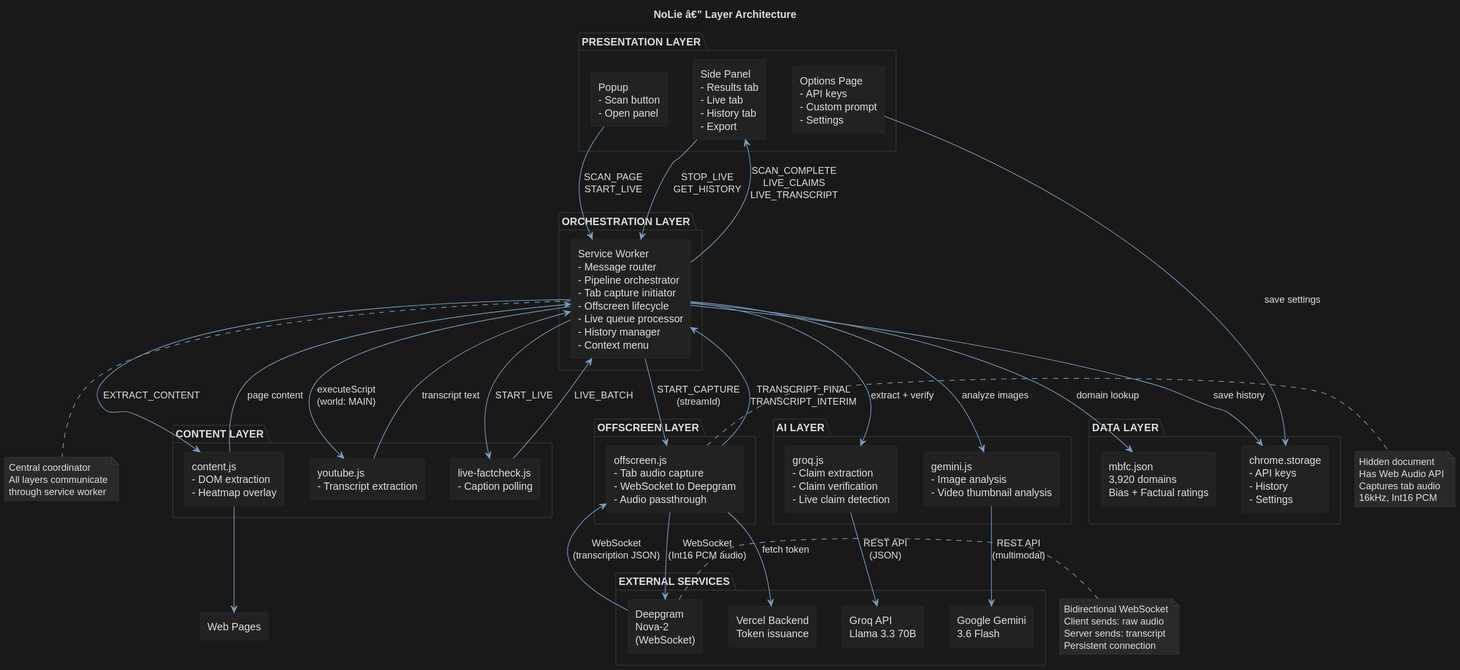
The PlantUML diagram docs/NoLie Architecture.svg in avanishdidwania/nolie, before a commit.
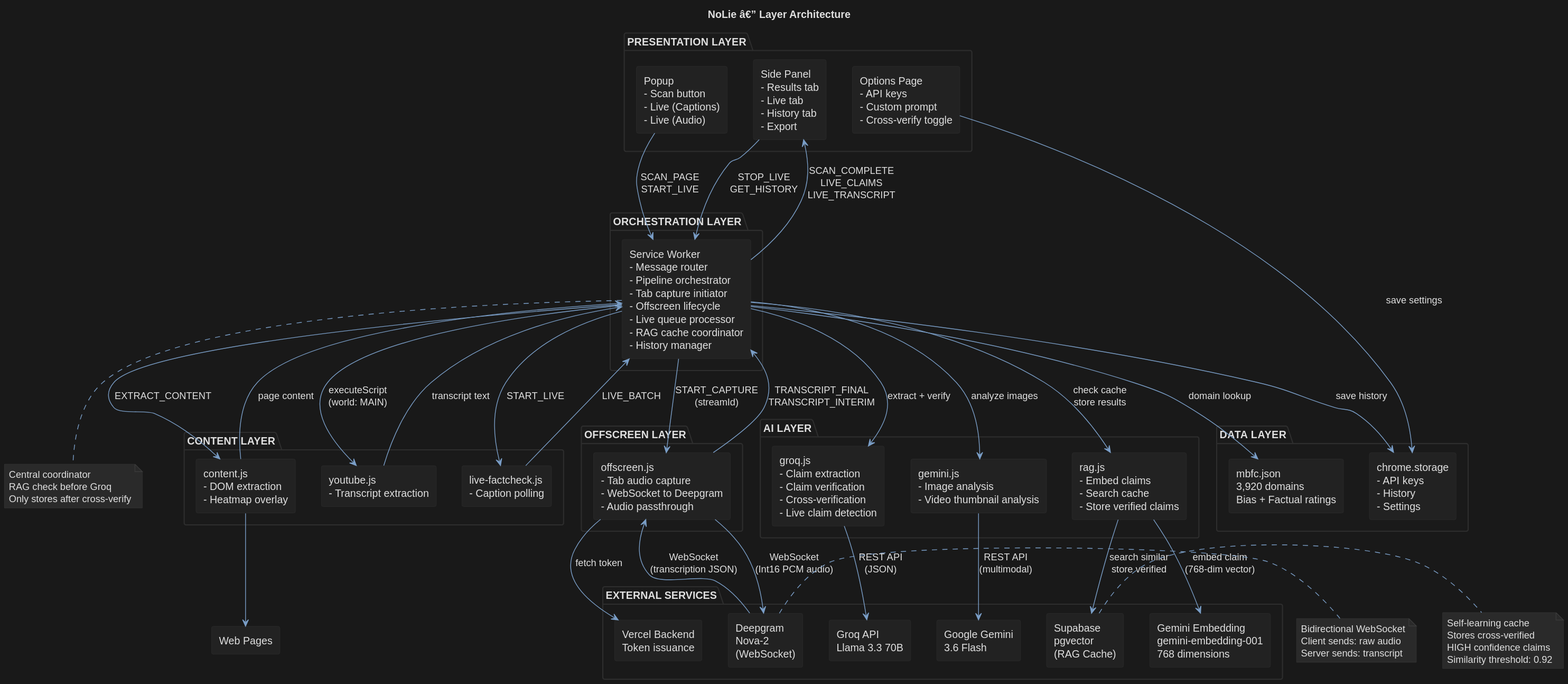
After the commit.

Commit message:
Update architecture diagram with RAG cache, Supabase, Gemini Embedding layers

What changed in the source:
```diff
@@ -14,13 +14,13 @@
 skinparam packageBorderColor #2e2e2e
 
 package "PRESENTATION LAYER" {
-  component [Popup\n- Scan button\n- Open panel] as popup
+  component [Popup\n- Scan button\n- Live (Captions)\n- Live (Audio)] as popup
   component [Side Panel\n- Results tab\n- Live tab\n- History tab\n- Export] as sidepanel
-  component [Options Page\n- API keys\n- Custom prompt\n- Settings] as options
+  component [Options Page\n- API keys\n- Custom prompt\n- Cross-verify toggle] as options
 }
 
 package "ORCHESTRATION LAYER" {
-  component [Service Worker\n- Message router\n- Pipeline orchestrator\n- Tab capture initiator\n- Offscreen lifecycle\n- Live queue processor\n- History manager\n- Context menu] as sw
+  component [Service Worker\n- Message router\n- Pipeline orchestrator\n- Tab capture initiator\n- Offscreen lifecycle\n- Live queue processor\n- RAG cache coordinator\n- History manager] as sw
 }
 
 package "CONTENT LAYER" {
@@ -34,8 +34,9 @@
 }
 
 package "AI LAYER" {
-  component [groq.js\n- Claim extraction\n- Claim verification\n- Live claim detection] as groq
+  component [groq.js\n- Claim extraction\n- Claim verification\n- Cross-verification\n- Live claim detection] as groq
   component [gemini.js\n- Image analysis\n- Video thumbnail analysis] as gemini
+  component [rag.js\n- Embed claims\n- Search cache\n- Store verified claims] as rag
 }
 
 package "DATA LAYER" {
@@ -46,7 +47,9 @@
 package "EXTERNAL SERVICES" {
   cloud [Groq API\nLlama 3.3 70B] as groqapi
   cloud [Google Gemini\n3.6 Flash] as geminiapi
+  cloud [Gemini Embedding\ngemini-embedding-001\n768 dimensions] as embedapi
   cloud [Deepgram\nNova-2\n(WebSocket)] as deepgramapi
+  cloud [Supabase\npgvector\n(RAG Cache)] as supabase
   cloud [Vercel Backend\nToken issuance] as backend
 }
 
@@ -62,6 +65,7 @@
 
 sw --> groq : extract + verify
 sw --> gemini : analyze images
+sw --> rag : check cache\nstore results
 
 sw --> mbfc : domain lookup
 sw --> storage : save history
@@ -76,6 +80,8 @@
 
 groq --> groqapi : REST API\n(JSON)
 gemini --> geminiapi : REST API\n(multimodal)
+rag --> embedapi : embed claim\n(768-dim vector)
+rag --> supabase : search similar\nstore verified
 
 offscreen --> deepgramapi : WebSocket\n(Int16 PCM audio)
 deepgramapi --> offscreen : WebSocket\n(transcription JSON)
@@ -84,23 +90,22 @@
 component [Web Pages] as pages
 content --> pages
 
+note right of supabase
+  Self-learning cache
+  Stores cross-verified
+  HIGH confidence claims
+  Similarity threshold: 0.92
+end note
+
 note right of deepgramapi
   Bidirectional WebSocket
   Client sends: raw audio
   Server sends: transcript
-  Persistent connection
-end note
-
-note right of offscreen
-  Hidden document
-  Has Web Audio API
-  Captures tab audio
-  16kHz, Int16 PCM
 end note
 
 note bottom of sw
   Central coordinator
-  All layers communicate
-  through service worker
+  RAG check before Groq
+  Only stores after cross-verify
 end note
 @enduml
```
